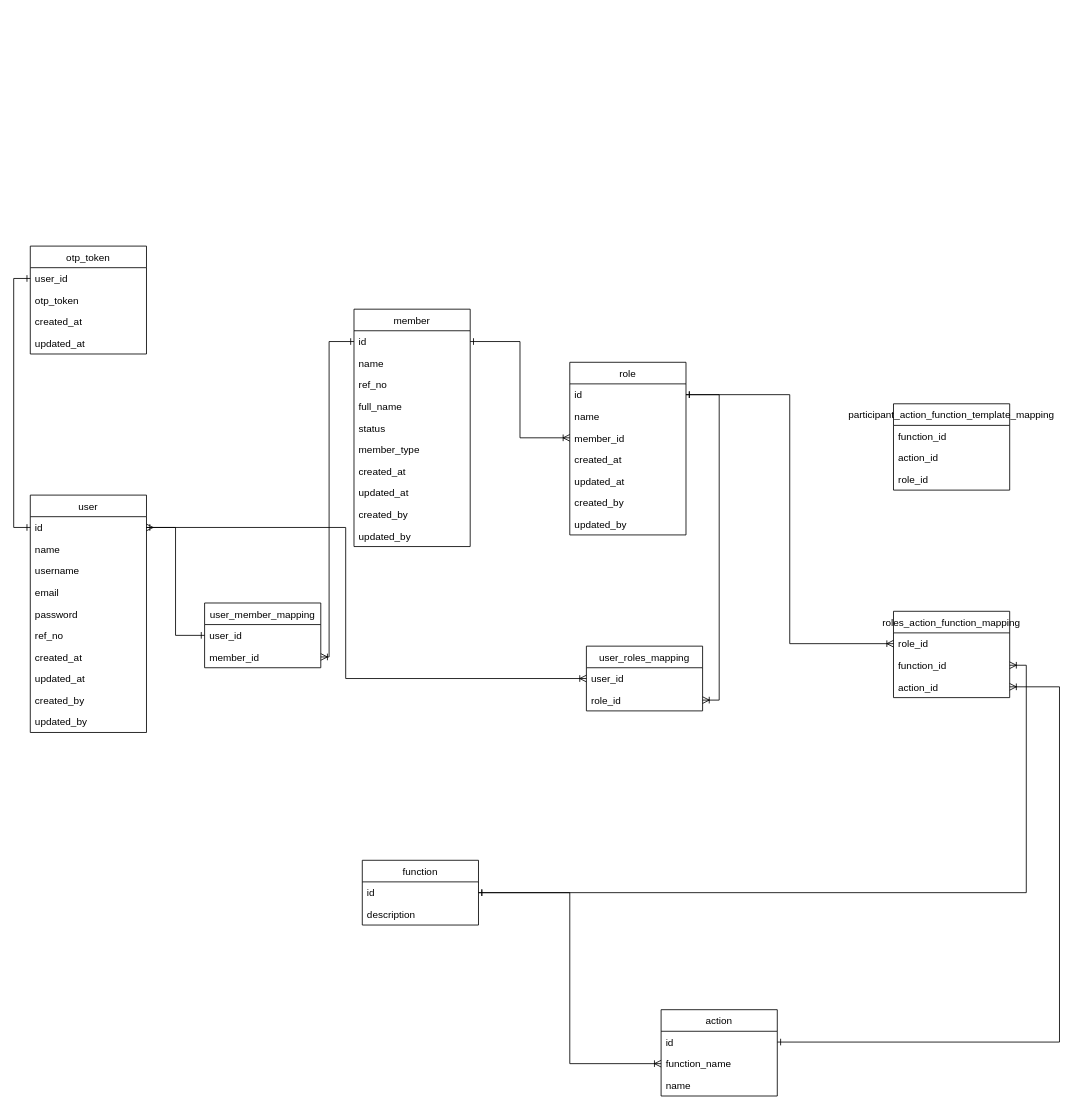
Above: page "Entity Diagram" (3 of 3) of documentation/design.drawio in nazyie/central-bank-system-server (draw.io), before the change. Source tidied: cells renumbered, new cells numbered last; positions are measured from the earlier drawing's top-left corner, leaving out a move shared by most shapes. Both pictures are drawn from the tidied source at 83%, with x=0, y=0 at pixel (30, 246).
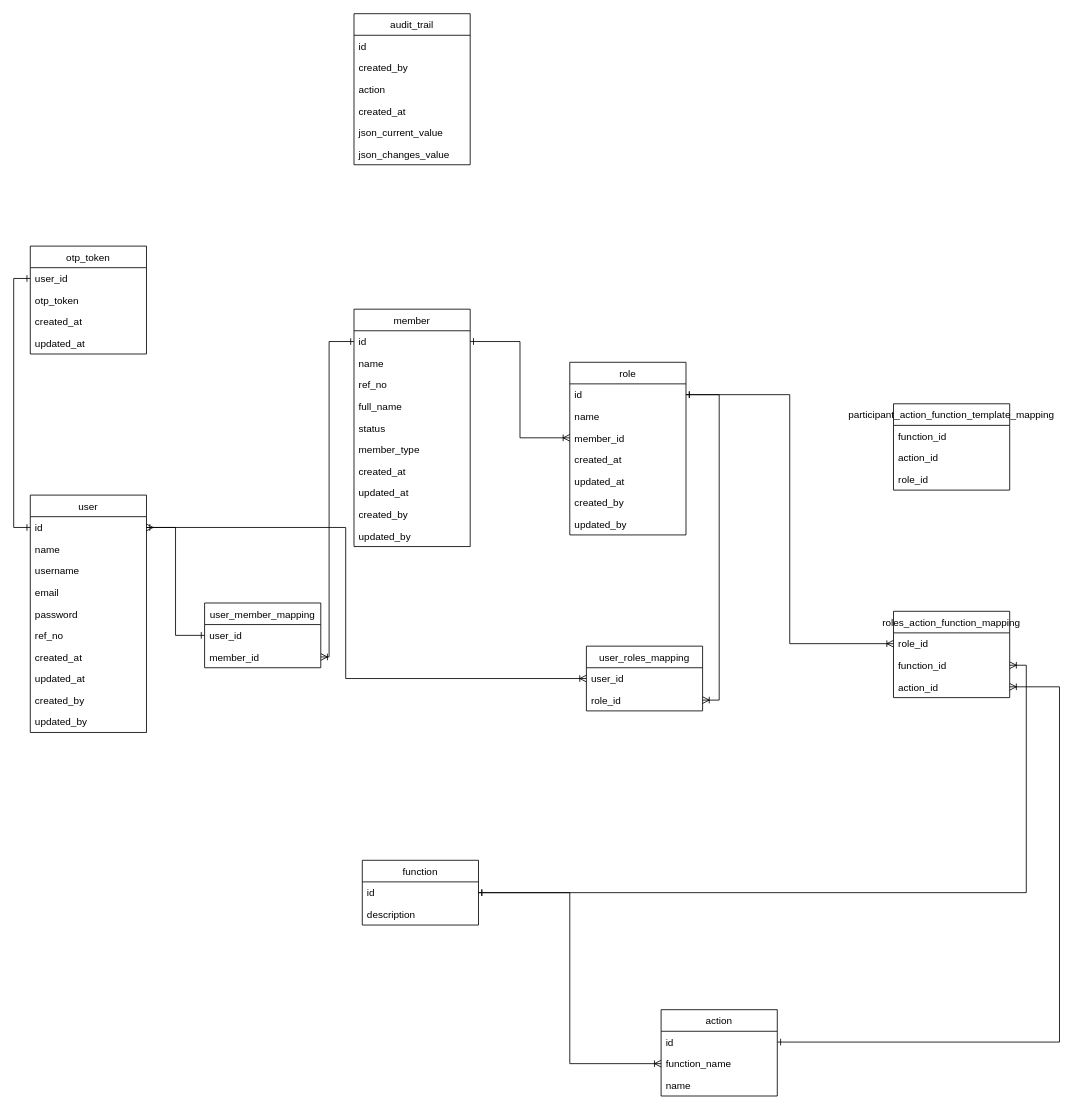
The same page after the edit.

What changed in the source:
```diff
@@
+    <mxCell id="68" value="audit_trail" style="swimlane;fontStyle=0;horizontal=1;startSize=26;fillColor=none;" parent="1" vertex="1">
+      <mxGeometry x="390" y="-280" width="140" height="182" as="geometry" />
+    </mxCell>
+    <mxCell id="69" value="id" style="text;strokeColor=none;fillColor=none;align=left;verticalAlign=top;spacingLeft=4;spacingRight=4;overflow=hidden;" parent="68" vertex="1">
+      <mxGeometry y="26" width="140" height="26" as="geometry" />
+    </mxCell>
+    <mxCell id="70" value="created_by" style="text;strokeColor=none;fillColor=none;align=left;verticalAlign=top;spacingLeft=4;spacingRight=4;overflow=hidden;" parent="68" vertex="1">
+      <mxGeometry y="52" width="140" height="26" as="geometry" />
+    </mxCell>
+    <mxCell id="71" value="action" style="text;strokeColor=none;fillColor=none;align=left;verticalAlign=top;spacingLeft=4;spacingRight=4;overflow=hidden;" parent="68" vertex="1">
+      <mxGeometry y="78" width="140" height="26" as="geometry" />
+    </mxCell>
+    <mxCell id="72" value="created_at" style="text;strokeColor=none;fillColor=none;align=left;verticalAlign=top;spacingLeft=4;spacingRight=4;overflow=hidden;" parent="68" vertex="1">
+      <mxGeometry y="104" width="140" height="26" as="geometry" />
+    </mxCell>
+    <mxCell id="73" value="json_current_value" style="text;strokeColor=none;fillColor=none;align=left;verticalAlign=top;spacingLeft=4;spacingRight=4;overflow=hidden;" parent="68" vertex="1">
+      <mxGeometry y="130" width="140" height="26" as="geometry" />
+    </mxCell>
+    <mxCell id="74" value="json_changes_value" style="text;strokeColor=none;fillColor=none;align=left;verticalAlign=top;spacingLeft=4;spacingRight=4;overflow=hidden;" parent="68" vertex="1">
+      <mxGeometry y="156" width="140" height="26" as="geometry" />
+    </mxCell>
```
